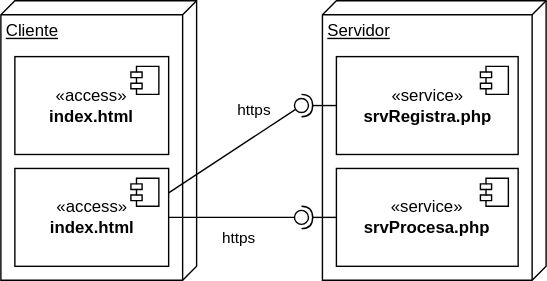
gilpgawoas/gilpgawoas.github.io keeps this draw.io diagram as img/m23token/srvtokendistribucion.drawio.svg. Above is the earlier version. Source tidied: cells renumbered, new cells last; positions are measured from the earlier drawing's top-left corner, leaving out a move shared by most shapes. Its diagram source:
```xml
<mxGraphModel>
  <root>
    <mxCell id="0" />
    <mxCell id="1" parent="0" />
    <mxCell id="2" value="Cliente" style="verticalAlign=top;align=left;spacingTop=8;spacingLeft=2;spacingRight=12;shape=cube;size=10;direction=south;fontStyle=4;html=1;" parent="1" vertex="1">
      <mxGeometry width="140" height="200" as="geometry" />
    </mxCell>
    <mxCell id="3" value="«access»&lt;br&gt;&lt;b&gt;index.html&lt;/b&gt;" style="html=1;" parent="1" vertex="1">
      <mxGeometry x="10" y="120" width="110" height="70" as="geometry" />
    </mxCell>
    <mxCell id="4" style="shape=module;jettyWidth=8;jettyHeight=4;" parent="3" vertex="1">
      <mxGeometry x="1" width="20" height="20" relative="1" as="geometry">
        <mxPoint x="-27" y="7" as="offset" />
      </mxGeometry>
    </mxCell>
    <mxCell id="5" value="Servidor" style="verticalAlign=top;align=left;spacingTop=8;spacingLeft=2;spacingRight=12;shape=cube;size=10;direction=south;fontStyle=4;html=1;" parent="1" vertex="1">
      <mxGeometry x="230" width="160" height="200" as="geometry" />
    </mxCell>
    <mxCell id="6" value="«service»&lt;br&gt;&lt;b style=&quot;border-color: var(--border-color);&quot;&gt;srvRegistra.php&lt;/b&gt;" style="html=1;" parent="1" vertex="1">
      <mxGeometry x="240" y="40" width="130" height="70" as="geometry" />
    </mxCell>
    <mxCell id="7" style="shape=module;jettyWidth=8;jettyHeight=4;" parent="6" vertex="1">
      <mxGeometry x="1" width="20" height="20" relative="1" as="geometry">
        <mxPoint x="-27" y="7" as="offset" />
      </mxGeometry>
    </mxCell>
    <mxCell id="8" value="https" style="rounded=0;jettySize=auto;html=1;endArrow=none;endFill=0;sketch=0;sourcePerimeterSpacing=0;targetPerimeterSpacing=0;exitX=1;exitY=0.25;exitDx=0;exitDy=0;" parent="1" edge="1" source="3" target="10">
      <mxGeometry x="0.55" y="16" relative="1" as="geometry" />
    </mxCell>
    <mxCell id="9" style="rounded=0;jettySize=auto;html=1;endArrow=halfCircle;endFill=0;entryX=0.5;entryY=0.5;endSize=6;strokeWidth=1;sketch=0;exitX=0;exitY=0.5;exitDx=0;exitDy=0;" parent="1" edge="1" source="6" target="10">
      <mxGeometry relative="1" as="geometry" />
    </mxCell>
    <mxCell id="10" style="ellipse;whiteSpace=wrap;html=1;align=center;points=[];outlineConnect=0;sketch=0;" parent="1" vertex="1">
      <mxGeometry x="210" y="70" width="10" height="10" as="geometry" />
    </mxCell>
    <mxCell id="11" value="«access»&lt;br&gt;&lt;b&gt;index.html&lt;/b&gt;" style="html=1;whiteSpace=wrap;" parent="1" vertex="1">
      <mxGeometry x="10" y="40" width="110" height="70" as="geometry" />
    </mxCell>
    <mxCell id="12" style="shape=module;jettyWidth=8;jettyHeight=4;" parent="11" vertex="1">
      <mxGeometry x="1" width="20" height="20" relative="1" as="geometry">
        <mxPoint x="-27" y="7" as="offset" />
      </mxGeometry>
    </mxCell>
    <mxCell id="13" value="«service»&lt;br&gt;&lt;b&gt;srvProcesa.php&lt;/b&gt;" style="html=1;whiteSpace=wrap;" parent="1" vertex="1">
      <mxGeometry x="240" y="120" width="130" height="70" as="geometry" />
    </mxCell>
    <mxCell id="14" style="shape=module;jettyWidth=8;jettyHeight=4;" parent="13" vertex="1">
      <mxGeometry x="1" width="20" height="20" relative="1" as="geometry">
        <mxPoint x="-27" y="7" as="offset" />
      </mxGeometry>
    </mxCell>
    <mxCell id="15" style="rounded=0;jettySize=auto;html=1;endArrow=halfCircle;endFill=0;endSize=6;strokeWidth=1;sketch=0;exitX=0;exitY=0.5;exitDx=0;exitDy=0;" parent="1" edge="1" source="13" target="17">
      <mxGeometry relative="1" as="geometry" />
    </mxCell>
    <mxCell id="16" value="https" style="rounded=0;jettySize=auto;html=1;endArrow=oval;endFill=0;sketch=0;sourcePerimeterSpacing=0;targetPerimeterSpacing=0;endSize=10;exitX=1;exitY=0.5;exitDx=0;exitDy=0;" parent="1" edge="1" source="3" target="17">
      <mxGeometry x="0.05" y="-15" relative="1" as="geometry" />
    </mxCell>
    <mxCell id="17" style="ellipse;whiteSpace=wrap;html=1;align=center;fillColor=none;strokeColor=none;perimeter=centerPerimeter;points=[];outlineConnect=1;" parent="1" vertex="1">
      <mxGeometry x="210" y="150" width="10" height="10" as="geometry" />
    </mxCell>
  </root>
</mxGraphModel>
```
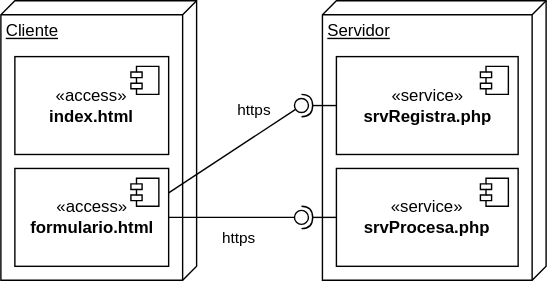
The same file after the commit.

The edit, as a diff of the source:
```diff
@@ -5,7 +5,7 @@
     <mxCell id="2" value="Cliente" style="verticalAlign=top;align=left;spacingTop=8;spacingLeft=2;spacingRight=12;shape=cube;size=10;direction=south;fontStyle=4;html=1;" parent="1" vertex="1">
       <mxGeometry width="140" height="200" as="geometry" />
     </mxCell>
-    <mxCell id="3" value="«access»&lt;br&gt;&lt;b&gt;index.html&lt;/b&gt;" style="html=1;" parent="1" vertex="1">
+    <mxCell id="3" value="«access»&lt;br&gt;&lt;b&gt;formulario.html&lt;/b&gt;" style="html=1;" parent="1" vertex="1">
       <mxGeometry x="10" y="120" width="110" height="70" as="geometry" />
     </mxCell>
     <mxCell id="4" style="shape=module;jettyWidth=8;jettyHeight=4;" parent="3" vertex="1">
```
